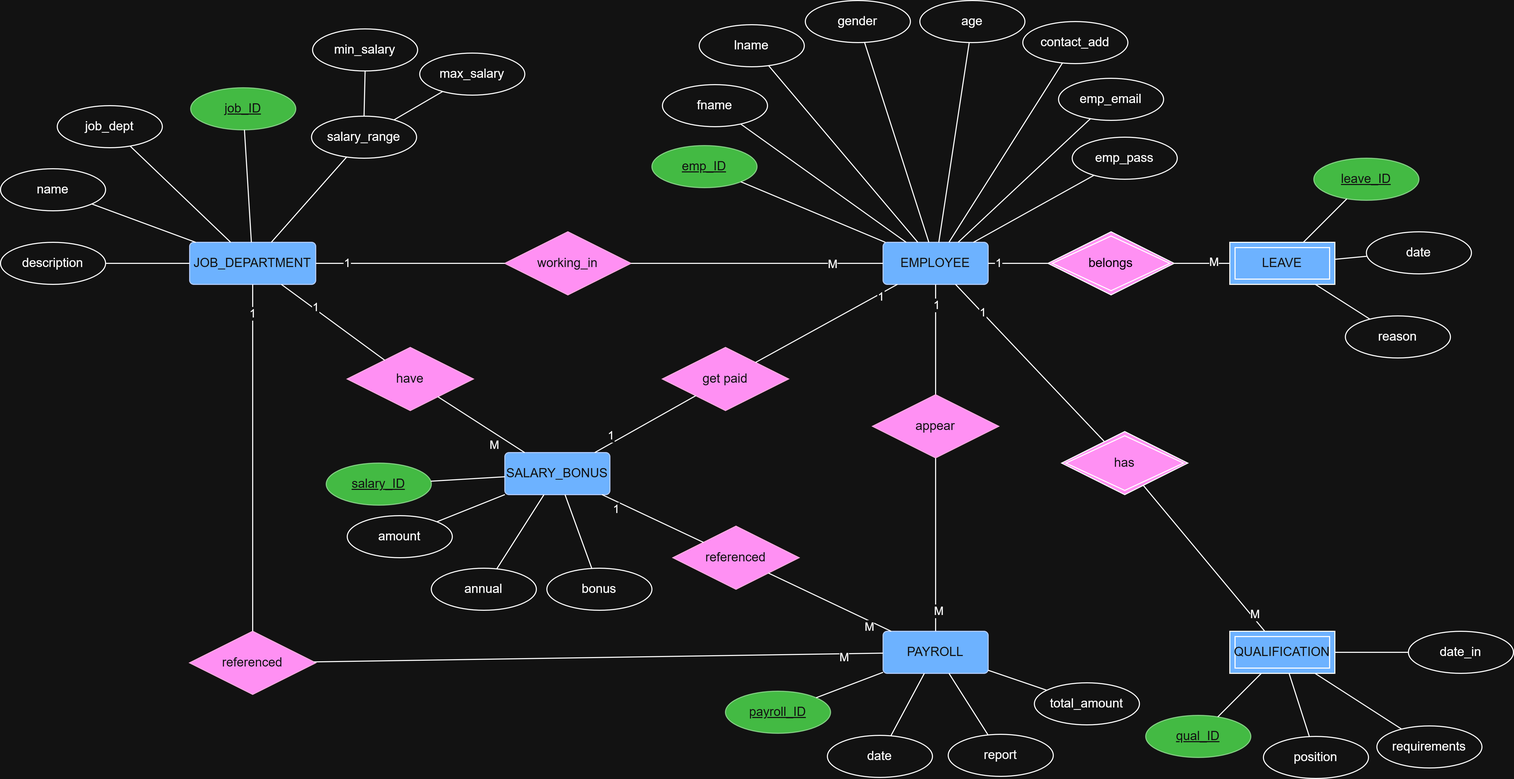
This is Employee Management System/EMPLOYEE MANAGEMENT SYSTEM ERD.png from JuniorPrice/Database_Practices, a draw.io export, as it was before one commit. Source tidied: cells renumbered, new cells last; positions are measured from the earlier drawing's top-left corner, leaving out a move shared by most shapes.
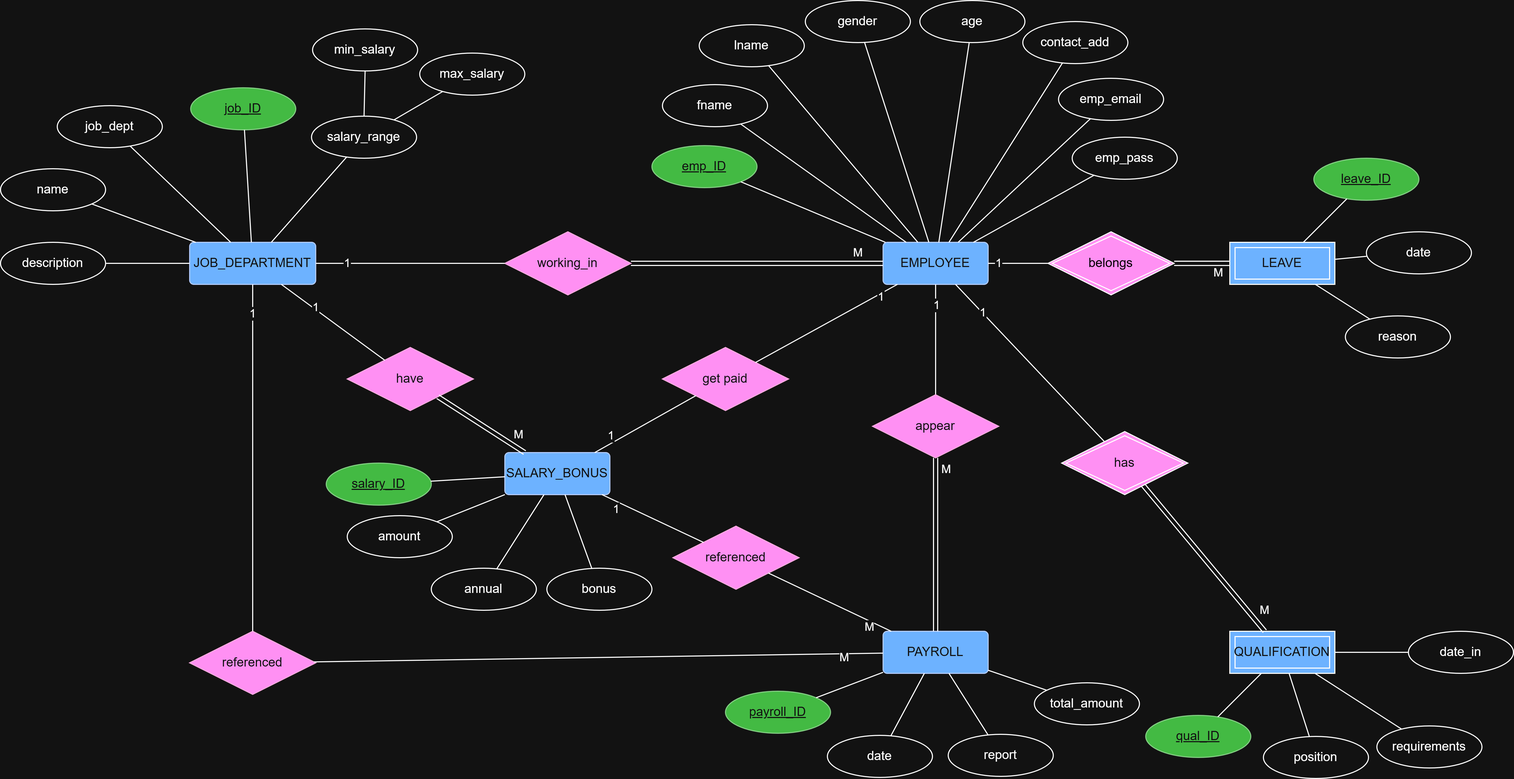
The same file after the commit.

Diff of the diagram source:
```diff
@@ -17,14 +17,6 @@
     <mxCell id="6" value="have" style="shape=rhombus;perimeter=rhombusPerimeter;whiteSpace=wrap;html=1;align=center;fillColor=#d80073;fontColor=#ffffff;strokeColor=#A50040;" parent="1" vertex="1">
       <mxGeometry x="330" y="330" width="120" height="60" as="geometry" />
     </mxCell>
-    <mxCell id="7" style="endArrow=none;html=1;rounded=0;" parent="1" edge="1" source="3" target="6">
-      <mxGeometry relative="1" as="geometry" />
-    </mxCell>
-    <mxCell id="8" value="M" style="edgeLabel;html=1;align=center;verticalAlign=middle;" parent="7" vertex="1">
-      <mxGeometry x="-0.32" y="1" relative="1" as="geometry">
-        <mxPoint x="-1" y="10" as="offset" />
-      </mxGeometry>
-    </mxCell>
     <mxCell id="9" style="endArrow=none;html=1;rounded=0;" parent="1" edge="1" source="6" target="2">
       <mxGeometry relative="1" as="geometry" />
     </mxCell>
@@ -40,12 +32,6 @@
     <mxCell id="13" value="1" style="edgeLabel;html=1;align=center;verticalAlign=middle;" parent="12" vertex="1">
       <mxGeometry x="-0.68" y="1" relative="1" as="geometry" />
     </mxCell>
-    <mxCell id="14" style="endArrow=none;html=1;rounded=0;" parent="1" edge="1" source="11" target="4">
-      <mxGeometry relative="1" as="geometry" />
-    </mxCell>
-    <mxCell id="15" value="M" style="edgeLabel;html=1;align=center;verticalAlign=middle;" parent="14" vertex="1">
-      <mxGeometry x="0.6" relative="1" as="geometry" />
-    </mxCell>
     <mxCell id="16" value="get paid" style="shape=rhombus;perimeter=rhombusPerimeter;whiteSpace=wrap;html=1;align=center;fillColor=#d80073;fontColor=#ffffff;strokeColor=#A50040;" parent="1" vertex="1">
       <mxGeometry x="630" y="330" width="120" height="60" as="geometry" />
     </mxCell>
@@ -63,30 +49,12 @@
     <mxCell id="20" value="1" style="edgeLabel;html=1;align=center;verticalAlign=middle;" parent="19" vertex="1">
       <mxGeometry x="0.75" y="-2" relative="1" as="geometry" />
     </mxCell>
-    <mxCell id="21" style="endArrow=none;html=1;rounded=0;" parent="1" edge="1" target="107">
-      <mxGeometry relative="1" as="geometry">
-        <mxPoint x="1203.3" y="600" as="sourcePoint" />
-      </mxGeometry>
-    </mxCell>
-    <mxCell id="22" value="M" style="edgeLabel;html=1;align=center;verticalAlign=middle;" parent="21" vertex="1">
-      <mxGeometry x="-0.44" relative="1" as="geometry">
-        <mxPoint x="22" y="22" as="offset" />
-      </mxGeometry>
-    </mxCell>
     <mxCell id="23" style="endArrow=none;html=1;rounded=0;" parent="1" edge="1" source="107" target="4">
       <mxGeometry relative="1" as="geometry" />
     </mxCell>
     <mxCell id="24" value="1" style="edgeLabel;html=1;align=center;verticalAlign=middle;" parent="23" vertex="1">
       <mxGeometry x="0.65" relative="1" as="geometry" />
     </mxCell>
-    <mxCell id="25" style="endArrow=none;html=1;rounded=0;" parent="1" edge="1" source="104" target="105">
-      <mxGeometry relative="1" as="geometry" />
-    </mxCell>
-    <mxCell id="26" value="M" style="edgeLabel;html=1;align=center;verticalAlign=middle;" parent="25" vertex="1">
-      <mxGeometry x="-0.68" y="-2" relative="1" as="geometry">
-        <mxPoint x="-7" as="offset" />
-      </mxGeometry>
-    </mxCell>
     <mxCell id="27" style="endArrow=none;html=1;rounded=0;" parent="1" edge="1" source="105" target="4">
       <mxGeometry relative="1" as="geometry" />
     </mxCell>
@@ -95,12 +63,6 @@
         <mxPoint x="4" as="offset" />
       </mxGeometry>
     </mxCell>
-    <mxCell id="29" style="endArrow=none;html=1;rounded=0;" parent="1" edge="1" source="5" target="33">
-      <mxGeometry relative="1" as="geometry" />
-    </mxCell>
-    <mxCell id="30" value="M" style="edgeLabel;html=1;align=center;verticalAlign=middle;" parent="29" vertex="1">
-      <mxGeometry x="-0.75" y="-2" relative="1" as="geometry" />
-    </mxCell>
     <mxCell id="31" style="endArrow=none;html=1;rounded=0;" parent="1" edge="1" source="33" target="4">
       <mxGeometry relative="1" as="geometry" />
     </mxCell>
@@ -340,5 +302,45 @@
     <mxCell id="107" value="has" style="shape=rhombus;double=1;perimeter=rhombusPerimeter;whiteSpace=wrap;html=1;align=center;fillColor=#d80073;fontColor=#ffffff;strokeColor=light-dark(#A50040,#FFFFFF);" parent="1" vertex="1">
       <mxGeometry x="1010" y="410" width="120" height="60" as="geometry" />
     </mxCell>
+    <mxCell id="108" style="shape=link;html=1;rounded=0;" parent="1" edge="1" source="107" target="106">
+      <mxGeometry relative="1" as="geometry" />
+    </mxCell>
+    <mxCell id="109" value="M" style="edgeLabel;html=1;align=center;verticalAlign=middle;" parent="108" vertex="1">
+      <mxGeometry x="0.77" y="-1" relative="1" as="geometry">
+        <mxPoint x="13" y="-5" as="offset" />
+      </mxGeometry>
+    </mxCell>
+    <mxCell id="110" style="shape=link;html=1;rounded=0;" parent="1" edge="1" source="105" target="104">
+      <mxGeometry relative="1" as="geometry" />
+    </mxCell>
+    <mxCell id="111" value="M" style="edgeLabel;html=1;align=center;verticalAlign=middle;" parent="110" vertex="1">
+      <mxGeometry x="0.61" y="2" relative="1" as="geometry">
+        <mxPoint x="-1" y="10" as="offset" />
+      </mxGeometry>
+    </mxCell>
+    <mxCell id="14" style="shape=link;html=1;rounded=0;" parent="1" edge="1" source="11" target="4">
+      <mxGeometry relative="1" as="geometry" />
+    </mxCell>
+    <mxCell id="112" value="M" style="edgeLabel;html=1;align=center;verticalAlign=middle;" parent="14" vertex="1">
+      <mxGeometry x="0.77" y="-1" relative="1" as="geometry">
+        <mxPoint x="3" y="-12" as="offset" />
+      </mxGeometry>
+    </mxCell>
+    <mxCell id="29" style="shape=link;html=1;rounded=0;" parent="1" edge="1" source="5" target="33">
+      <mxGeometry relative="1" as="geometry" />
+    </mxCell>
+    <mxCell id="113" value="M" style="edgeLabel;html=1;align=center;verticalAlign=middle;" parent="29" vertex="1">
+      <mxGeometry x="0.77" y="-1" relative="1" as="geometry">
+        <mxPoint x="8" y="-8" as="offset" />
+      </mxGeometry>
+    </mxCell>
+    <mxCell id="114" style="shape=link;html=1;rounded=0;" parent="1" edge="1" source="6" target="3">
+      <mxGeometry relative="1" as="geometry" />
+    </mxCell>
+    <mxCell id="115" value="M" style="edgeLabel;html=1;align=center;verticalAlign=middle;" parent="114" vertex="1">
+      <mxGeometry x="0.77" y="-1" relative="1" as="geometry">
+        <mxPoint x="3" y="-12" as="offset" />
+      </mxGeometry>
+    </mxCell>
   </root>
 </mxGraphModel>
```
